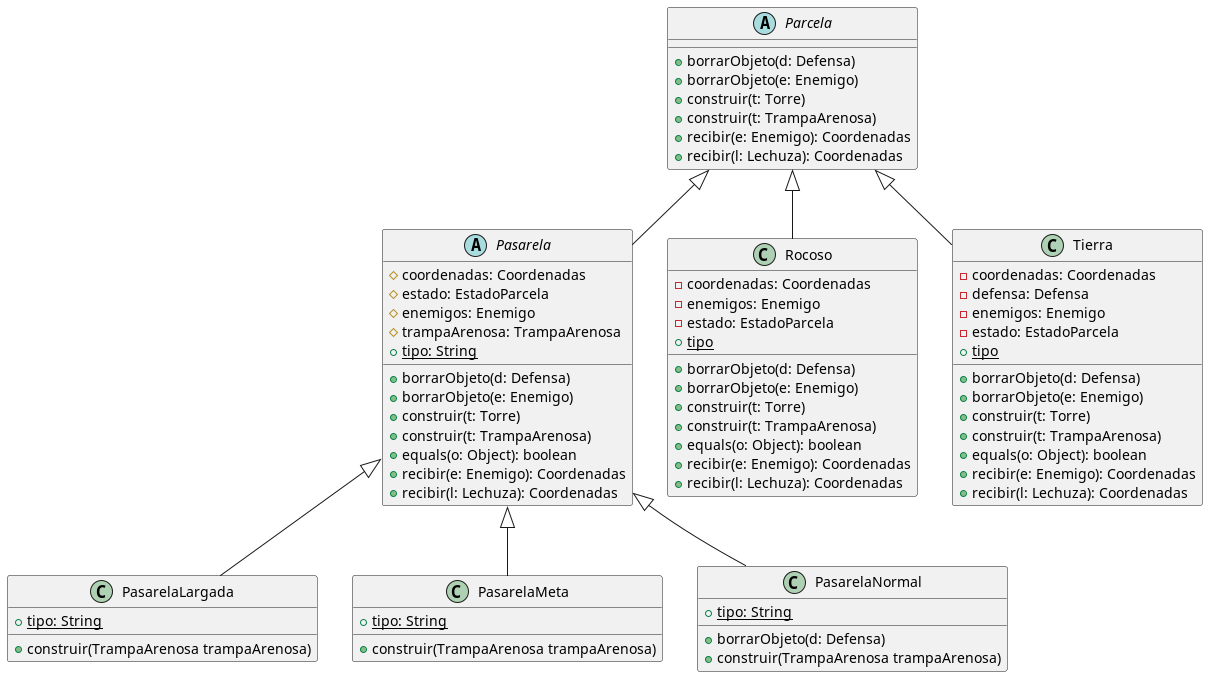
Earlier version of the PlantUML export diagrams/classes/DC_Parcela.png (Aldumogi/AlgoDefense).
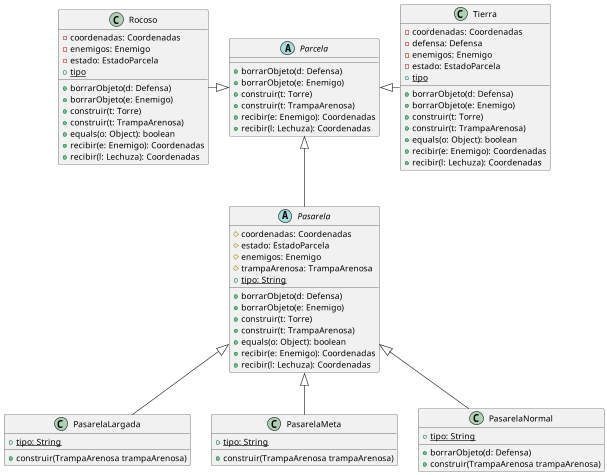
After the change.

What changed in the source:
```diff
@@ -69,12 +69,12 @@
 + recibir(l: Lechuza): Coordenadas
 }
 
-Parcela <|-- Pasarela
-Parcela <|-- Rocoso
-Parcela <|-- Tierra
-
 Pasarela <|-- PasarelaLargada
 Pasarela <|-- PasarelaMeta
 Pasarela <|-- PasarelaNormal
 
+Parcela <|-left- Rocoso
+Parcela <|-- Pasarela
+Parcela <|-right- Tierra
+
 @enduml
```
